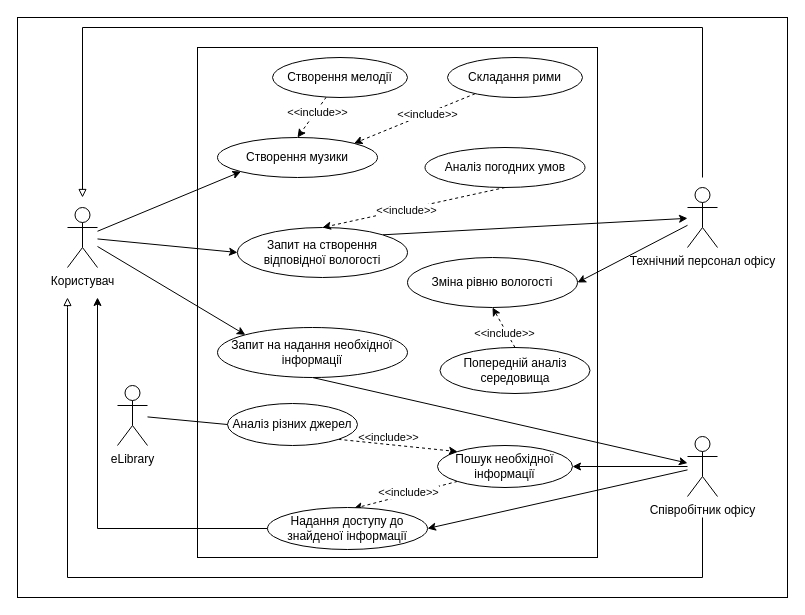
The draw.io diagram SoftwareRequirements/1.3-SoftwareUserRequirements/1.3.3-UseCaseDiagram/UseCaseDiagram.drawio in oleksandrblazhko/ai-216-semerenko, before the edit. Source tidied: cells renumbered, new cells numbered last; positions are measured from the earlier drawing's top-left corner, leaving out a move shared by most shapes. Both pictures are drawn from the tidied source at 100%, with x=0, y=0 at pixel (17, 17).
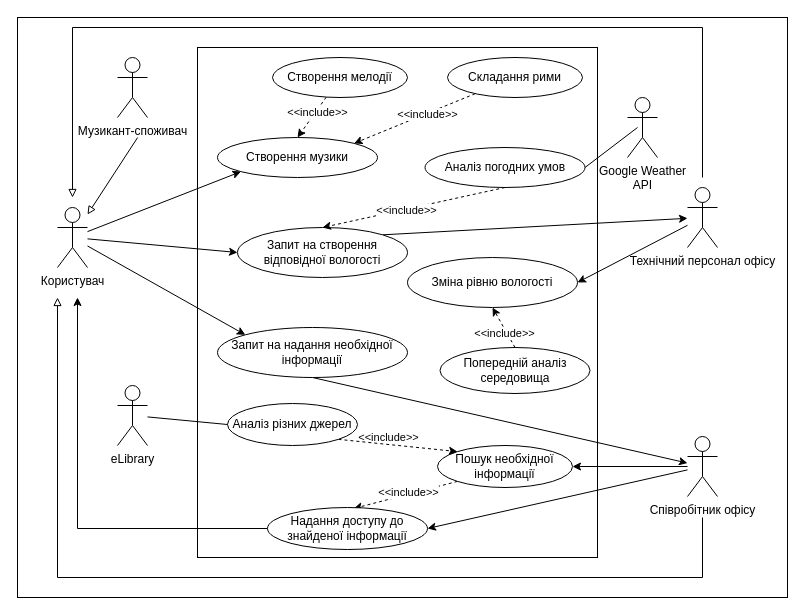
The same diagram, later.

Unchanged cells that the change refers to:
```xml
<mxCell id="2" style="rounded=0;whiteSpace=wrap;html=1;" parent="1" vertex="1">
  <mxGeometry width="770" height="580" as="geometry" />
</mxCell>
<mxCell id="12" value="Аналіз погодних умов&lt;span id=&quot;docs-internal-guid-c57abb48-7fff-8af7-19ce-6c347189a080&quot;&gt;&lt;/span&gt;" style="ellipse;whiteSpace=wrap;html=1;" parent="1" vertex="1">
  <mxGeometry x="407.5" y="130" width="160" height="40" as="geometry" />
</mxCell>
<mxCell id="33" value="Надання доступу до знайденої інформації&lt;span id=&quot;docs-internal-guid-c57abb48-7fff-8af7-19ce-6c347189a080&quot;&gt;&lt;/span&gt;" style="ellipse;whiteSpace=wrap;html=1;" parent="1" vertex="1">
  <mxGeometry x="250" y="490" width="160" height="42" as="geometry" />
</mxCell>
```

What changed in the source:
```diff
@@
     <mxCell id="7" value="Користувач" style="shape=umlActor;verticalLabelPosition=bottom;verticalAlign=top;html=1;outlineConnect=0;" parent="1" vertex="1">
-      <mxGeometry x="50" y="190" width="30" height="60" as="geometry" />
+      <mxGeometry x="40" y="190" width="30" height="60" as="geometry" />
     </mxCell>
@@
+    <mxCell id="43" style="rounded=0;jettySize=auto;html=1;exitX=1;exitY=0.5;exitDx=0;exitDy=0;endArrow=none;endFill=0;" parent="1" edge="1" source="12">
+      <mxGeometry relative="1" as="geometry">
+        <mxPoint x="620" y="110" as="targetPoint" />
+      </mxGeometry>
+    </mxCell>
@@
     <mxCell id="14" style="edgeStyle=orthogonalEdgeStyle;rounded=0;orthogonalLoop=1;jettySize=auto;html=1;endArrow=block;endFill=0;" parent="1" edge="1">
       <mxGeometry relative="1" as="geometry">
         <mxPoint x="685" y="160" as="sourcePoint" />
-        <mxPoint x="65" y="180" as="targetPoint" />
+        <mxPoint x="55" y="180" as="targetPoint" />
         <Array as="points">
           <mxPoint x="685" y="10" />
-          <mxPoint x="65" y="10" />
+          <mxPoint x="55" y="10" />
         </Array>
       </mxGeometry>
     </mxCell>
@@
     <mxCell id="24" style="edgeStyle=orthogonalEdgeStyle;rounded=0;orthogonalLoop=1;jettySize=auto;html=1;endArrow=block;endFill=0;" parent="1" edge="1">
       <mxGeometry relative="1" as="geometry">
         <mxPoint x="685" y="500" as="sourcePoint" />
-        <mxPoint x="50" y="280" as="targetPoint" />
+        <mxPoint x="40" y="280" as="targetPoint" />
         <Array as="points">
           <mxPoint x="685" y="560" />
-          <mxPoint x="50" y="560" />
-          <mxPoint x="50" y="290" />
+          <mxPoint x="40" y="560" />
         </Array>
       </mxGeometry>
     </mxCell>
@@
     <mxCell id="32" style="edgeStyle=orthogonalEdgeStyle;rounded=0;jettySize=auto;html=1;exitX=0;exitY=0.5;exitDx=0;exitDy=0;" parent="1" edge="1" source="33">
       <mxGeometry relative="1" as="geometry">
-        <mxPoint x="80" y="280" as="targetPoint" />
+        <mxPoint x="60" y="280" as="targetPoint" />
         <Array as="points">
-          <mxPoint x="80" y="511" />
-          <mxPoint x="80" y="280" />
+          <mxPoint x="60" y="511" />
         </Array>
       </mxGeometry>
     </mxCell>
@@
+    <mxCell id="44" style="rounded=0;jettySize=auto;html=1;endArrow=block;endFill=0;exitX=0.156;exitY=0.207;exitDx=0;exitDy=0;exitPerimeter=0;" parent="1" edge="1" source="2" target="7">
+      <mxGeometry relative="1" as="geometry" />
+    </mxCell>
+    <mxCell id="45" value="Музикант-споживач" style="shape=umlActor;verticalLabelPosition=bottom;verticalAlign=top;html=1;" parent="1" vertex="1">
+      <mxGeometry x="100" y="40" width="30" height="60" as="geometry" />
+    </mxCell>
+    <mxCell id="46" value="Google Weather &lt;br&gt;API" style="shape=umlActor;verticalLabelPosition=bottom;verticalAlign=top;html=1;" parent="1" vertex="1">
+      <mxGeometry x="610" y="80" width="30" height="60" as="geometry" />
+    </mxCell>
```
